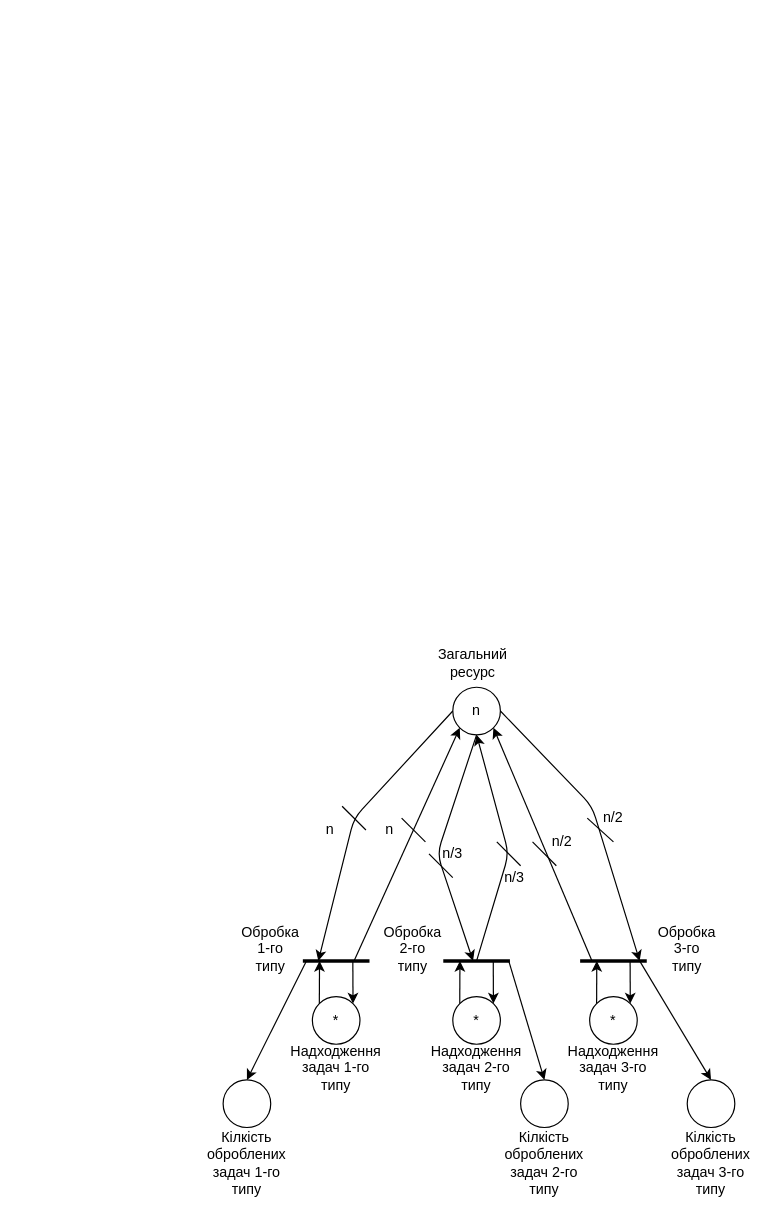
kryvokhyzha/examples-and-courses keeps this draw.io diagram as System_Modeling/Lab8/img/task3.dio. Above is the earlier version. Source tidied: cells renumbered, new cells numbered last; positions are measured from the earlier drawing's top-left corner, leaving out a move shared by most shapes. Both pictures are drawn from the tidied source at 119%, with x=0, y=0 at pixel (223, 651).
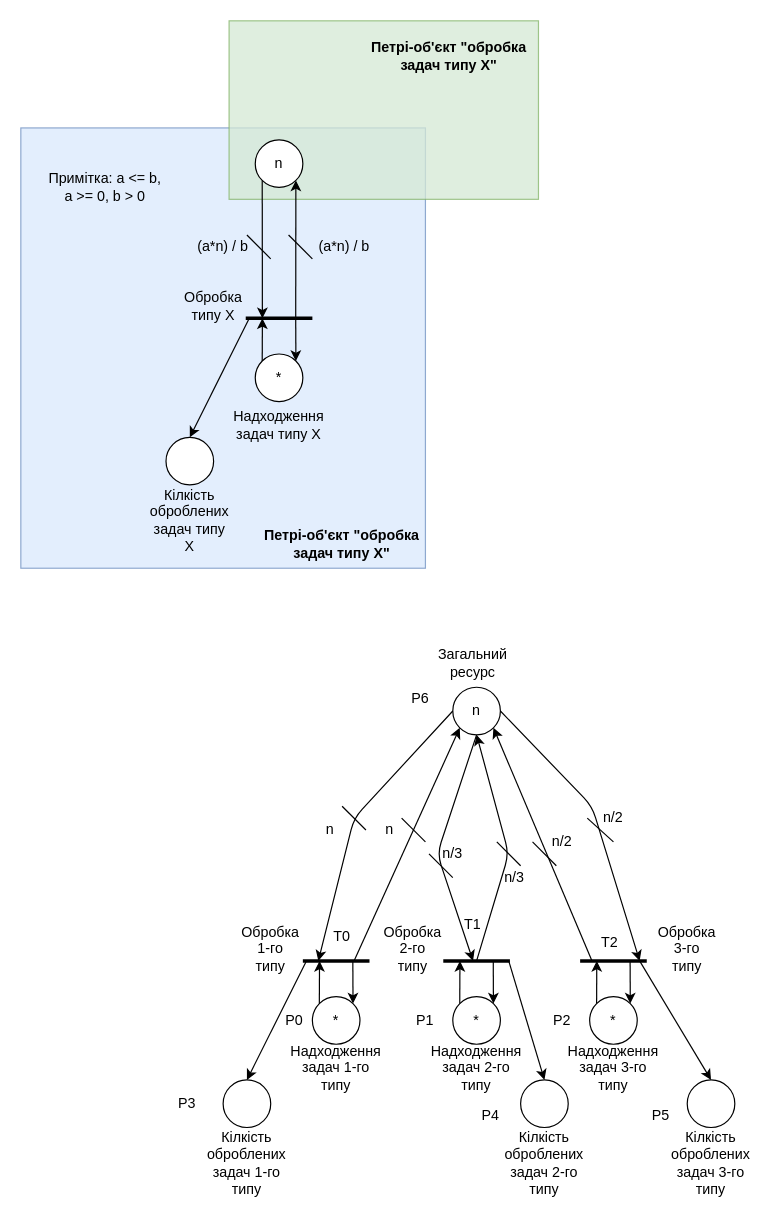
After the change.

The edit, as a diff of the source:
```diff
@@
+    <mxCell id="49" value="P0" style="text;html=1;strokeColor=none;fillColor=none;align=center;verticalAlign=middle;whiteSpace=wrap;rounded=0;shadow=0;glass=0;sketch=0;opacity=75;" parent="1" vertex="1">
+      <mxGeometry x="40" y="300" width="40" height="20" as="geometry" />
+    </mxCell>
+    <mxCell id="50" value="P1" style="text;html=1;strokeColor=none;fillColor=none;align=center;verticalAlign=middle;whiteSpace=wrap;rounded=0;shadow=0;glass=0;sketch=0;opacity=75;" parent="1" vertex="1">
+      <mxGeometry x="150" y="300" width="40" height="20" as="geometry" />
+    </mxCell>
+    <mxCell id="51" value="P2" style="text;html=1;strokeColor=none;fillColor=none;align=center;verticalAlign=middle;whiteSpace=wrap;rounded=0;shadow=0;glass=0;sketch=0;opacity=75;" parent="1" vertex="1">
+      <mxGeometry x="265" y="300" width="40" height="20" as="geometry" />
+    </mxCell>
+    <mxCell id="52" value="P3" style="text;html=1;strokeColor=none;fillColor=none;align=center;verticalAlign=middle;whiteSpace=wrap;rounded=0;shadow=0;glass=0;sketch=0;opacity=75;" parent="1" vertex="1">
+      <mxGeometry x="-50" y="370" width="40" height="20" as="geometry" />
+    </mxCell>
+    <mxCell id="53" value="P4" style="text;html=1;strokeColor=none;fillColor=none;align=center;verticalAlign=middle;whiteSpace=wrap;rounded=0;shadow=0;glass=0;sketch=0;opacity=75;" parent="1" vertex="1">
+      <mxGeometry x="205" y="380" width="40" height="20" as="geometry" />
+    </mxCell>
+    <mxCell id="54" value="P5" style="text;html=1;strokeColor=none;fillColor=none;align=center;verticalAlign=middle;whiteSpace=wrap;rounded=0;shadow=0;glass=0;sketch=0;opacity=75;" parent="1" vertex="1">
+      <mxGeometry x="348" y="380" width="40" height="20" as="geometry" />
+    </mxCell>
+    <mxCell id="55" value="P6" style="text;html=1;strokeColor=none;fillColor=none;align=center;verticalAlign=middle;whiteSpace=wrap;rounded=0;shadow=0;glass=0;sketch=0;opacity=75;" parent="1" vertex="1">
+      <mxGeometry x="146" y="30" width="40" height="20" as="geometry" />
+    </mxCell>
+    <mxCell id="56" value="T0" style="text;html=1;strokeColor=none;fillColor=none;align=center;verticalAlign=middle;whiteSpace=wrap;rounded=0;shadow=0;glass=0;sketch=0;opacity=75;" parent="1" vertex="1">
+      <mxGeometry x="80" y="230" width="40" height="20" as="geometry" />
+    </mxCell>
+    <mxCell id="57" value="T1" style="text;html=1;strokeColor=none;fillColor=none;align=center;verticalAlign=middle;whiteSpace=wrap;rounded=0;shadow=0;glass=0;sketch=0;opacity=75;" parent="1" vertex="1">
+      <mxGeometry x="190" y="220" width="40" height="20" as="geometry" />
+    </mxCell>
+    <mxCell id="58" value="T2" style="text;html=1;strokeColor=none;fillColor=none;align=center;verticalAlign=middle;whiteSpace=wrap;rounded=0;shadow=0;glass=0;sketch=0;opacity=75;" parent="1" vertex="1">
+      <mxGeometry x="305" y="235" width="40" height="20" as="geometry" />
+    </mxCell>
+    <mxCell id="59" style="rounded=0;whiteSpace=wrap;html=1;shadow=0;glass=0;sketch=0;strokeColor=#6c8ebf;fillColor=#dae8fc;opacity=75;" parent="1" vertex="1">
+      <mxGeometry x="-170" y="-440" width="340" height="370" as="geometry" />
+    </mxCell>
+    <mxCell id="60" value="*" style="ellipse;whiteSpace=wrap;html=1;" parent="1" vertex="1">
+      <mxGeometry x="27" y="-250" width="40" height="40" as="geometry" />
+    </mxCell>
+    <mxCell id="61" style="endArrow=none;html=1;strokeWidth=3;" parent="1" edge="1">
+      <mxGeometry relative="1" as="geometry">
+        <mxPoint x="19" y="-280" as="sourcePoint" />
+        <mxPoint x="75" y="-280" as="targetPoint" />
+      </mxGeometry>
+    </mxCell>
+    <mxCell id="62" style="endArrow=classic;html=1;exitX=0;exitY=0;" parent="1" edge="1" source="60">
+      <mxGeometry relative="1" as="geometry">
+        <mxPoint x="33" y="-280" as="targetPoint" />
+      </mxGeometry>
+    </mxCell>
+    <mxCell id="63" style="endArrow=classic;html=1;entryX=1;entryY=0;" parent="1" edge="1" target="60">
+      <mxGeometry relative="1" as="geometry">
+        <mxPoint x="61" y="-280" as="sourcePoint" />
+      </mxGeometry>
+    </mxCell>
+    <mxCell id="64" style="ellipse;whiteSpace=wrap;html=1;" parent="1" vertex="1">
+      <mxGeometry x="-48" y="-180" width="40" height="40" as="geometry" />
+    </mxCell>
+    <mxCell id="65" style="endArrow=classic;html=1;entryX=0.5;entryY=0;" parent="1" edge="1" target="64">
+      <mxGeometry relative="1" as="geometry">
+        <mxPoint x="22" y="-280" as="sourcePoint" />
+      </mxGeometry>
+    </mxCell>
+    <mxCell id="66" value="Надходження задач типу Х" style="text;html=1;strokeColor=none;fillColor=none;align=center;verticalAlign=middle;whiteSpace=wrap;rounded=0;" parent="1" vertex="1">
+      <mxGeometry x="27" y="-200" width="40" height="20" as="geometry" />
+    </mxCell>
+    <mxCell id="67" value="Кілкість оброблених задач типу Х" style="text;html=1;strokeColor=none;fillColor=none;align=center;verticalAlign=middle;whiteSpace=wrap;rounded=0;" parent="1" vertex="1">
+      <mxGeometry x="-48" y="-120" width="40" height="20" as="geometry" />
+    </mxCell>
+    <mxCell id="68" value="Обробка типу Х" style="text;html=1;strokeColor=none;fillColor=none;align=center;verticalAlign=middle;whiteSpace=wrap;rounded=0;" parent="1" vertex="1">
+      <mxGeometry x="-28" y="-300" width="40" height="20" as="geometry" />
+    </mxCell>
+    <mxCell id="69" style="endArrow=none;html=1;" parent="1" edge="1">
+      <mxGeometry relative="1" as="geometry">
+        <mxPoint x="40" y="-330" as="sourcePoint" />
+        <mxPoint x="20" y="-350" as="targetPoint" />
+      </mxGeometry>
+    </mxCell>
+    <mxCell id="70" value="(a*n) / b" style="text;html=1;strokeColor=none;fillColor=none;align=center;verticalAlign=middle;whiteSpace=wrap;rounded=0;" parent="1" vertex="1">
+      <mxGeometry x="-30" y="-360" width="60" height="40" as="geometry" />
+    </mxCell>
+    <mxCell id="71" style="endArrow=none;html=1;" parent="1" edge="1">
+      <mxGeometry relative="1" as="geometry">
+        <mxPoint x="75" y="-330" as="sourcePoint" />
+        <mxPoint x="55" y="-350" as="targetPoint" />
+      </mxGeometry>
+    </mxCell>
+    <mxCell id="72" value="(a*n) / b" style="text;html=1;strokeColor=none;fillColor=none;align=center;verticalAlign=middle;whiteSpace=wrap;rounded=0;" parent="1" vertex="1">
+      <mxGeometry x="72" y="-360" width="60" height="40" as="geometry" />
+    </mxCell>
+    <mxCell id="73" value="Примітка: a &amp;lt;= b, a &amp;gt;= 0, b &amp;gt; 0" style="text;html=1;strokeColor=none;fillColor=none;align=center;verticalAlign=middle;whiteSpace=wrap;rounded=0;shadow=0;glass=0;sketch=0;opacity=75;" parent="1" vertex="1">
+      <mxGeometry x="-150" y="-400" width="102" height="20" as="geometry" />
+    </mxCell>
+    <mxCell id="74" value="&lt;b&gt;Петрі-об'єкт &quot;обробка задач типу Х&quot;&lt;/b&gt;" style="text;html=1;strokeColor=none;fillColor=none;align=center;verticalAlign=middle;whiteSpace=wrap;rounded=0;shadow=0;glass=0;sketch=0;opacity=75;" parent="1" vertex="1">
+      <mxGeometry x="25" y="-120" width="150" height="60" as="geometry" />
+    </mxCell>
+    <mxCell id="75" style="rounded=0;whiteSpace=wrap;html=1;shadow=0;glass=0;sketch=0;strokeColor=#82b366;fillColor=#d5e8d4;opacity=75;" parent="1" vertex="1">
+      <mxGeometry x="5" y="-530" width="260" height="150" as="geometry" />
+    </mxCell>
+    <mxCell id="76" value="n" style="ellipse;whiteSpace=wrap;html=1;" parent="1" vertex="1">
+      <mxGeometry x="27" y="-430" width="40" height="40" as="geometry" />
+    </mxCell>
+    <mxCell id="77" style="endArrow=classic;html=1;exitX=0;exitY=1;exitDx=0;exitDy=0;" parent="1" edge="1" source="76">
+      <mxGeometry relative="1" as="geometry">
+        <mxPoint x="33" y="-280" as="targetPoint" />
+      </mxGeometry>
+    </mxCell>
+    <mxCell id="78" style="endArrow=classic;html=1;entryX=1;entryY=1;entryDx=0;entryDy=0;" parent="1" edge="1" target="76">
+      <mxGeometry relative="1" as="geometry">
+        <mxPoint x="61" y="-280" as="sourcePoint" />
+      </mxGeometry>
+    </mxCell>
+    <mxCell id="79" value="&lt;b&gt;Петрі-об'єкт &quot;обробка задач типу Х&quot;&lt;/b&gt;" style="text;html=1;strokeColor=none;fillColor=none;align=center;verticalAlign=middle;whiteSpace=wrap;rounded=0;shadow=0;glass=0;sketch=0;opacity=75;" parent="1" vertex="1">
+      <mxGeometry x="115" y="-530" width="150" height="60" as="geometry" />
+    </mxCell>
```
